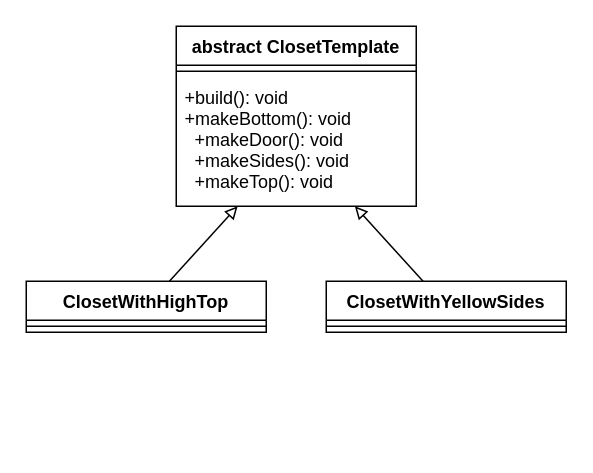
Above: Behaviour/Template method/template.drawio in danil-jpg/MyPatterns (draw.io), before the change. Source tidied: cells renumbered, new cells numbered last; positions are measured from the earlier drawing's top-left corner, leaving out a move shared by most shapes. Both pictures are drawn from the tidied source at 150%, with x=0, y=0 at pixel (26, 26).
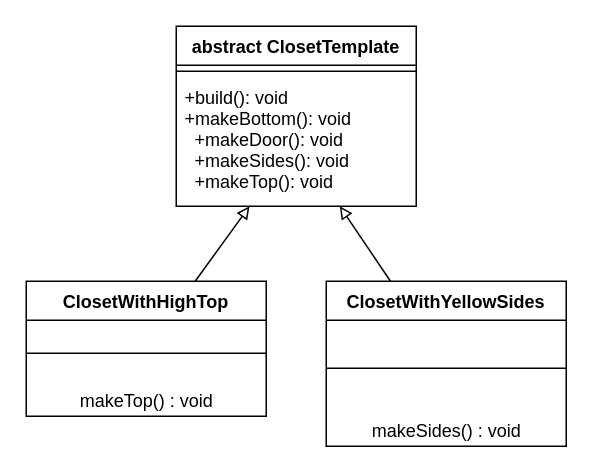
The same diagram, later.

The edit, as a diff of the source:
```diff
@@
 <mxGraphModel>
   <root>
     <mxCell id="0" />
     <mxCell id="1" parent="0" />
     <mxCell id="2" style="edgeStyle=none;html=1;endArrow=block;endFill=0;" parent="1" edge="1" source="3" target="7">
       <mxGeometry relative="1" as="geometry" />
     </mxCell>
     <mxCell id="3" value="ClosetWithYellowSides" style="swimlane;fontStyle=1;align=center;verticalAlign=top;horizontal=1;startSize=26;" parent="1" vertex="1">
-      <mxGeometry x="200" y="170" width="160" height="34" as="geometry" />
+      <mxGeometry x="200" y="170" width="160" height="110" as="geometry" />
     </mxCell>
     <mxCell id="4" style="line;strokeWidth=1;fillColor=none;align=left;verticalAlign=middle;spacingTop=-1;spacingLeft=3;spacingRight=3;labelPosition=right;" parent="3" vertex="1">
-      <mxGeometry y="26" width="160" height="8" as="geometry" />
+      <mxGeometry y="26" width="160" height="64" as="geometry" />
     </mxCell>
+    <mxCell id="11" value="makeSides() : void" style="text;html=1;align=center;verticalAlign=middle;strokeColor=none;fillColor=none;" parent="3" vertex="1">
+      <mxGeometry y="90" width="160" height="20" as="geometry" />
+    </mxCell>
     <mxCell id="5" value="abstract ClosetTemplate" style="swimlane;fontStyle=1;align=center;verticalAlign=top;horizontal=1;startSize=26;" parent="1" vertex="1">
       <mxGeometry x="100" width="160" height="120" as="geometry" />
     </mxCell>
     <mxCell id="6" style="line;strokeWidth=1;fillColor=none;align=left;verticalAlign=middle;spacingTop=-1;spacingLeft=3;spacingRight=3;labelPosition=right;" parent="5" vertex="1">
       <mxGeometry y="26" width="160" height="8" as="geometry" />
     </mxCell>
     <mxCell id="7" value="+build(): void&#10;+makeBottom(): void &#10;  +makeDoor(): void &#10;  +makeSides(): void&#10;  +makeTop(): void" style="text;strokeColor=none;fillColor=none;align=left;verticalAlign=top;spacingLeft=4;spacingRight=4;overflow=hidden;points=[[0,0.5],[1,0.5]];portConstraint=eastwest;" parent="5" vertex="1">
       <mxGeometry y="34" width="160" height="86" as="geometry" />
     </mxCell>
     <mxCell id="8" style="edgeStyle=none;html=1;endArrow=block;endFill=0;" parent="1" edge="1" source="9" target="7">
       <mxGeometry relative="1" as="geometry" />
     </mxCell>
     <mxCell id="9" value="ClosetWithHighTop" style="swimlane;fontStyle=1;align=center;verticalAlign=top;horizontal=1;startSize=26;" parent="1" vertex="1">
-      <mxGeometry y="170" width="160" height="34" as="geometry" />
+      <mxGeometry y="170" width="160" height="90" as="geometry" />
     </mxCell>
     <mxCell id="10" style="line;strokeWidth=1;fillColor=none;align=left;verticalAlign=middle;spacingTop=-1;spacingLeft=3;spacingRight=3;labelPosition=right;" parent="9" vertex="1">
-      <mxGeometry y="26" width="160" height="8" as="geometry" />
+      <mxGeometry y="26" width="160" height="44" as="geometry" />
     </mxCell>
+    <mxCell id="12" value="makeTop() : void" style="text;html=1;align=center;verticalAlign=middle;strokeColor=none;fillColor=none;" parent="9" vertex="1">
+      <mxGeometry y="70" width="160" height="20" as="geometry" />
+    </mxCell>
   </root>
 </mxGraphModel>
```
